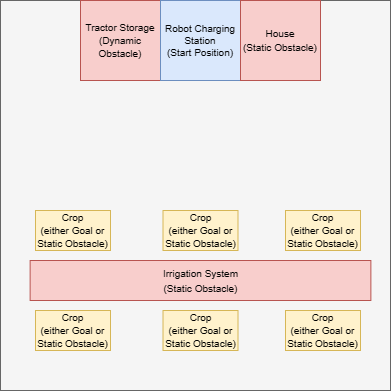
Before: scenarios/precision_farming_3.png, a diagram exported from draw.io (ethanmclark1/conav_suite). Source tidied: cells renumbered, new cells last; positions are measured from the earlier drawing's top-left corner, leaving out a move shared by most shapes.
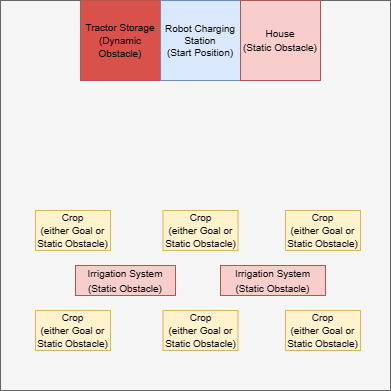
After the change.

Diff of the diagram source:
```diff
@@ -15,7 +15,7 @@
       <mxGeometry x="162.5" y="210" width="75" height="40" as="geometry" />
     </mxCell>
     <mxCell id="6" value="&lt;font style=&quot;font-size: 10px;&quot;&gt;Irrigation System&lt;br&gt;(Static Obstacle)&lt;/font&gt;" style="rounded=0;whiteSpace=wrap;html=1;fillColor=#f8cecc;strokeColor=#b85450;" parent="1" vertex="1">
-      <mxGeometry x="29.6" y="260" width="340.8" height="40" as="geometry" />
+      <mxGeometry x="75" y="265" width="100" height="30" as="geometry" />
     </mxCell>
     <mxCell id="7" value="&lt;font style=&quot;font-size: 10px;&quot;&gt;&lt;font style=&quot;border-color: var(--border-color); font-size: 10px;&quot;&gt;Crop&lt;br style=&quot;border-color: var(--border-color);&quot;&gt;&lt;/font&gt;(either Goal or Static Obstacle)&lt;/font&gt;" style="rounded=0;whiteSpace=wrap;html=1;fillColor=#fff2cc;strokeColor=#d6b656;fontSize=11;" parent="1" vertex="1">
       <mxGeometry x="162.5" y="310" width="75" height="40" as="geometry" />
@@ -26,7 +26,7 @@
     <mxCell id="9" value="&lt;font style=&quot;font-size: 10px;&quot;&gt;&lt;font style=&quot;border-color: var(--border-color); font-size: 10px;&quot;&gt;Crop&lt;br style=&quot;border-color: var(--border-color);&quot;&gt;&lt;/font&gt;(either Goal or Static Obstacle)&lt;/font&gt;" style="rounded=0;whiteSpace=wrap;html=1;fillColor=#fff2cc;strokeColor=#d6b656;fontSize=11;" parent="1" vertex="1">
       <mxGeometry x="285" y="310" width="75" height="40" as="geometry" />
     </mxCell>
-    <mxCell id="10" value="&lt;font style=&quot;font-size: 10px;&quot;&gt;Tractor Storage&lt;br&gt;(Dynamic Obstacle)&lt;/font&gt;" style="rounded=0;whiteSpace=wrap;html=1;fillColor=#f8cecc;strokeColor=#b85450;fontSize=11;" parent="1" vertex="1">
+    <mxCell id="10" value="&lt;font style=&quot;font-size: 10px;&quot;&gt;Tractor Storage&lt;br&gt;(Dynamic Obstacle)&lt;/font&gt;" style="rounded=0;whiteSpace=wrap;html=1;fillColor=#D8524B;strokeColor=#b85450;fontSize=11;" parent="1" vertex="1">
       <mxGeometry x="80" width="80" height="80" as="geometry" />
     </mxCell>
     <mxCell id="11" value="Robot Charging Station&lt;br&gt;(Start Position)" style="whiteSpace=wrap;html=1;fillColor=#dae8fc;strokeColor=#6c8ebf;fontSize=10;" parent="1" vertex="1">
@@ -35,5 +35,8 @@
     <mxCell id="12" value="&lt;span style=&quot;font-size: 10px;&quot;&gt;House&lt;br&gt;&lt;/span&gt;&lt;font style=&quot;font-size: 10px;&quot;&gt;(Static Obstacle)&lt;/font&gt;" style="rounded=0;whiteSpace=wrap;html=1;fillColor=#f8cecc;strokeColor=#b85450;fontSize=11;" parent="1" vertex="1">
       <mxGeometry x="240" width="80" height="80" as="geometry" />
     </mxCell>
+    <mxCell id="13" value="&lt;font style=&quot;font-size: 10px;&quot;&gt;Irrigation System&lt;br&gt;(Static Obstacle)&lt;/font&gt;" style="rounded=0;whiteSpace=wrap;html=1;fillColor=#f8cecc;strokeColor=#b85450;" parent="1" vertex="1">
+      <mxGeometry x="220" y="265" width="105" height="30" as="geometry" />
+    </mxCell>
   </root>
 </mxGraphModel>
```
